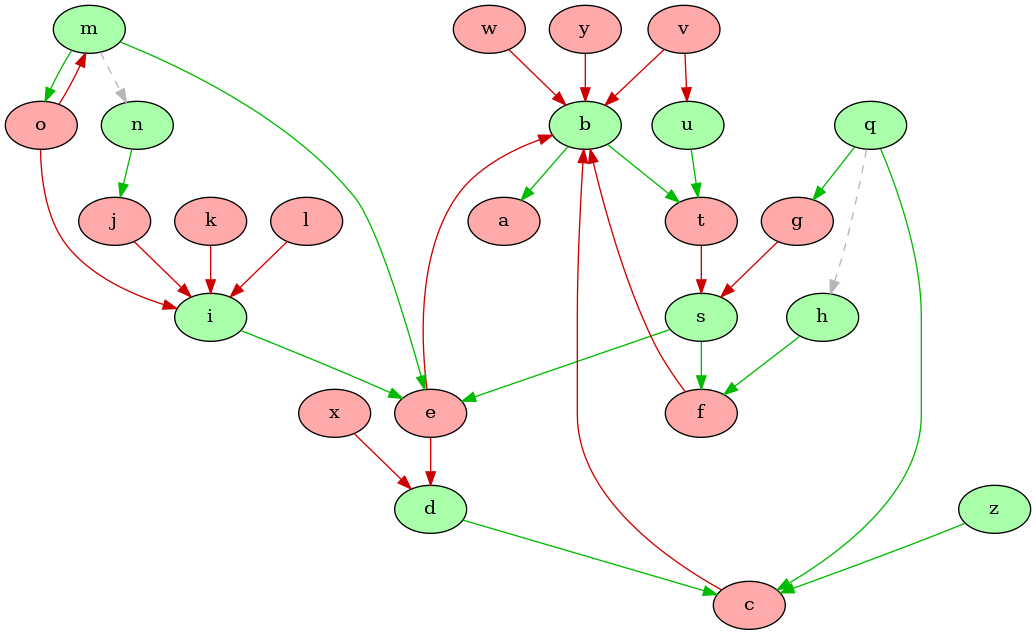
The Graphviz diagram XLoKR-2023/2-Statelog_version/output/colored_edge_graph.png in idaks/Games-and-Argumentation, before a commit. Its source is kept beside it as XLoKR-2023/2-Statelog_version/output/colored_edge_graph.dot.
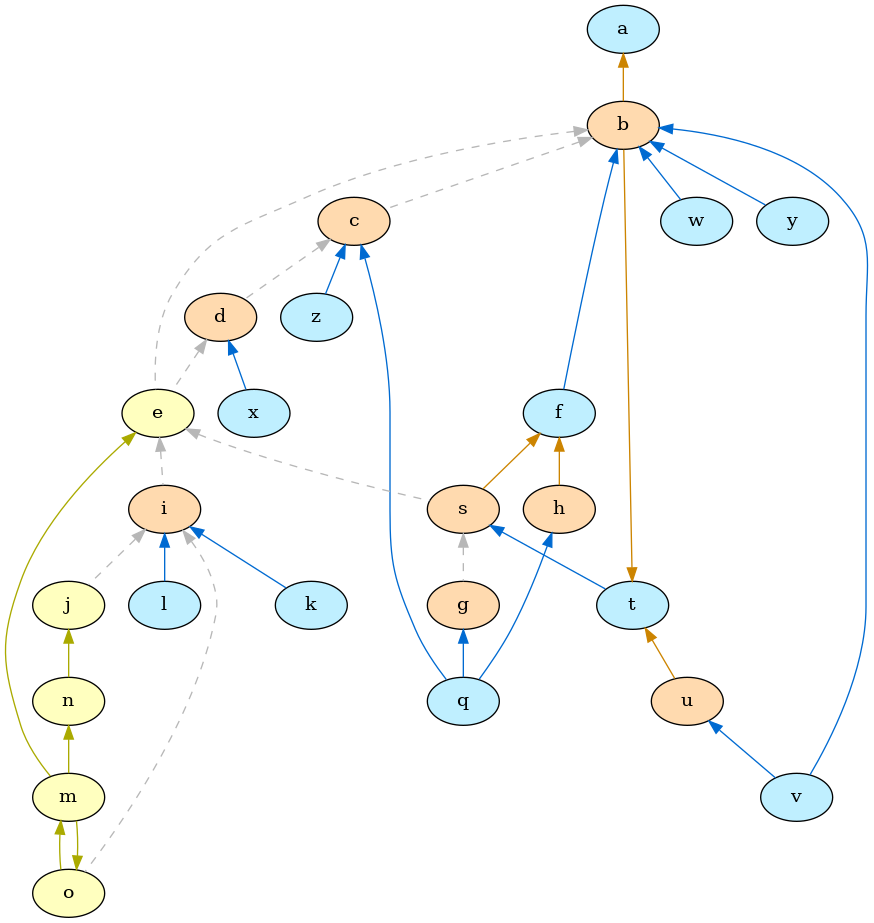
The same diagram one commit later.

What changed in the source:
```diff
@@ -1,116 +1,123 @@
 strict digraph "" {
-	b	[fillcolor="#AAFFAA",
+	a	[fillcolor="#bfefff",
 		style=filled];
-	a	[fillcolor="#FFAAAA",
+	b	[fillcolor="#ffdaaf",
 		style=filled];
-	b -> a	[color="#00BB00",
-		dir=forward];
-	t	[fillcolor="#FFAAAA",
+	a -> b	[color="#cc8400",
+		dir=back];
+	c	[fillcolor="#ffdaaf",
 		style=filled];
-	b -> t	[color="#00BB00",
-		dir=forward];
-	s	[fillcolor="#AAFFAA",
+	b -> c	[color="#b7b7b7",
+		dir=back,
+		style=dashed];
+	e	[fillcolor="#ffffbf",
 		style=filled];
-	t -> s	[color="#CC0000",
-		dir=forward];
-	e	[fillcolor="#FFAAAA",
+	b -> e	[color="#b7b7b7",
+		dir=back,
+		style=dashed];
+	f	[fillcolor="#bfefff",
 		style=filled];
-	s -> e	[color="#00BB00",
-		dir=forward];
-	f	[fillcolor="#FFAAAA",
+	b -> f	[color="#006ad1",
+		dir=back];
+	v	[fillcolor="#bfefff",
 		style=filled];
-	s -> f	[color="#00BB00",
-		dir=forward];
-	c	[fillcolor="#FFAAAA",
+	b -> v	[color="#006ad1",
+		dir=back];
+	w	[fillcolor="#bfefff",
 		style=filled];
-	c -> b	[color="#CC0000",
-		dir=forward];
-	d	[fillcolor="#AAFFAA",
+	b -> w	[color="#006ad1",
+		dir=back];
+	y	[fillcolor="#bfefff",
 		style=filled];
-	d -> c	[color="#00BB00",
-		dir=forward];
-	e -> b	[color="#CC0000",
-		dir=forward];
-	e -> d	[color="#CC0000",
-		dir=forward];
-	f -> b	[color="#CC0000",
-		dir=forward];
-	g	[fillcolor="#FFAAAA",
+	b -> y	[color="#006ad1",
+		dir=back];
+	d	[fillcolor="#ffdaaf",
 		style=filled];
-	g -> s	[color="#CC0000",
-		dir=forward];
-	h	[fillcolor="#AAFFAA",
+	c -> d	[color="#b7b7b7",
+		dir=back,
+		style=dashed];
+	q	[fillcolor="#bfefff",
 		style=filled];
-	h -> f	[color="#00BB00",
-		dir=forward];
-	i	[fillcolor="#AAFFAA",
+	c -> q	[color="#006ad1",
+		dir=back];
+	z	[fillcolor="#bfefff",
 		style=filled];
-	i -> e	[color="#00BB00",
-		dir=forward];
-	j	[fillcolor="#FFAAAA",
+	c -> z	[color="#006ad1",
+		dir=back];
+	s	[fillcolor="#ffdaaf",
 		style=filled];
-	j -> i	[color="#CC0000",
-		dir=forward];
-	k	[fillcolor="#FFAAAA",
+	e -> s	[color="#b7b7b7",
+		dir=back,
+		style=dashed];
+	i	[fillcolor="#ffdaaf",
 		style=filled];
-	k -> i	[color="#CC0000",
-		dir=forward];
-	l	[fillcolor="#FFAAAA",
+	e -> i	[color="#b7b7b7",
+		dir=back,
+		style=dashed];
+	m	[fillcolor="#ffffbf",
 		style=filled];
-	l -> i	[color="#CC0000",
-		dir=forward];
-	m	[fillcolor="#AAFFAA",
+	e -> m	[color="#AAAA00",
+		dir=back];
+	f -> s	[color="#cc8400",
+		dir=back];
+	h	[fillcolor="#ffdaaf",
 		style=filled];
-	m -> e	[color="#00BB00",
-		dir=forward];
-	o	[fillcolor="#FFAAAA",
+	f -> h	[color="#cc8400",
+		dir=back];
+	t	[fillcolor="#bfefff",
 		style=filled];
-	m -> o	[color="#00BB00",
-		dir=forward];
-	n	[fillcolor="#AAFFAA",
+	t -> b	[color="#cc8400",
+		dir=back];
+	u	[fillcolor="#ffdaaf",
 		style=filled];
-	m -> n	[color="#b7b7b7",
-		dir=forward,
+	t -> u	[color="#cc8400",
+		dir=back];
+	u -> v	[color="#006ad1",
+		dir=back];
+	d -> e	[color="#b7b7b7",
+		dir=back,
 		style=dashed];
-	o -> i	[color="#CC0000",
-		dir=forward];
-	o -> m	[color="#CC0000",
-		dir=forward];
-	n -> j	[color="#00BB00",
-		dir=forward];
-	q	[fillcolor="#AAFFAA",
+	x	[fillcolor="#bfefff",
 		style=filled];
-	q -> c	[color="#00BB00",
-		dir=forward];
-	q -> g	[color="#00BB00",
-		dir=forward];
-	q -> h	[color="#b7b7b7",
-		dir=forward,
+	d -> x	[color="#006ad1",
+		dir=back];
+	s -> t	[color="#006ad1",
+		dir=back];
+	g	[fillcolor="#ffdaaf",
+		style=filled];
+	s -> g	[color="#b7b7b7",
+		dir=back,
 		style=dashed];
-	u	[fillcolor="#AAFFAA",
+	j	[fillcolor="#ffffbf",
 		style=filled];
-	u -> t	[color="#00BB00",
-		dir=forward];
-	v	[fillcolor="#FFAAAA",
+	i -> j	[color="#b7b7b7",
+		dir=back,
+		style=dashed];
+	k	[fillcolor="#bfefff",
 		style=filled];
-	v -> b	[color="#CC0000",
-		dir=forward];
-	v -> u	[color="#CC0000",
-		dir=forward];
-	w	[fillcolor="#FFAAAA",
+	i -> k	[color="#006ad1",
+		dir=back];
+	l	[fillcolor="#bfefff",
 		style=filled];
-	w -> b	[color="#CC0000",
-		dir=forward];
-	x	[fillcolor="#FFAAAA",
+	i -> l	[color="#006ad1",
+		dir=back];
+	o	[fillcolor="#ffffbf",
 		style=filled];
-	x -> d	[color="#CC0000",
-		dir=forward];
-	y	[fillcolor="#FFAAAA",
+	i -> o	[color="#b7b7b7",
+		dir=back,
+		style=dashed];
+	m -> o	[color="#AAAA00",
+		dir=back];
+	h -> q	[color="#006ad1",
+		dir=back];
+	g -> q	[color="#006ad1",
+		dir=back];
+	n	[fillcolor="#ffffbf",
 		style=filled];
-	y -> b	[color="#CC0000",
-		dir=forward];
-	z	[fillcolor="#AAFFAA",
-		style=filled];
-	z -> c	[color="#00BB00",
-		dir=forward];
+	j -> n	[color="#AAAA00",
+		dir=back];
+	o -> m	[color="#AAAA00",
+		dir=back];
+	n -> m	[color="#AAAA00",
+		dir=back];
 }
```
